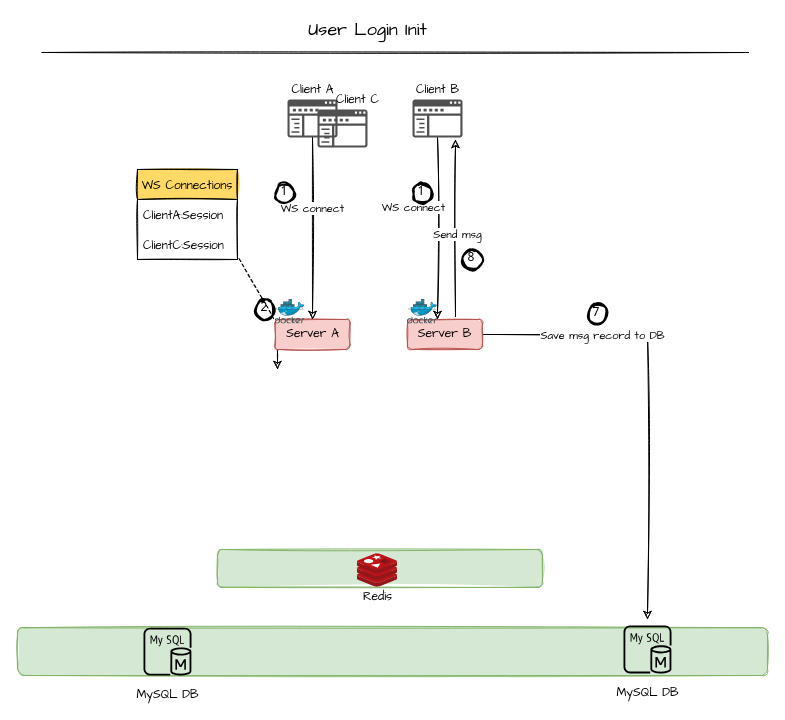
yindongjun/gangzhang.github.io keeps this draw.io diagram as page "Page-6" (7 of 7) of MSP.drawio. Above is the earlier version. Source tidied: cells renumbered, new cells numbered last; positions are measured from the earlier drawing's top-left corner, leaving out a move shared by most shapes. Both pictures are drawn from the tidied source at 100%, with x=0, y=0 at pixel (17, 19).
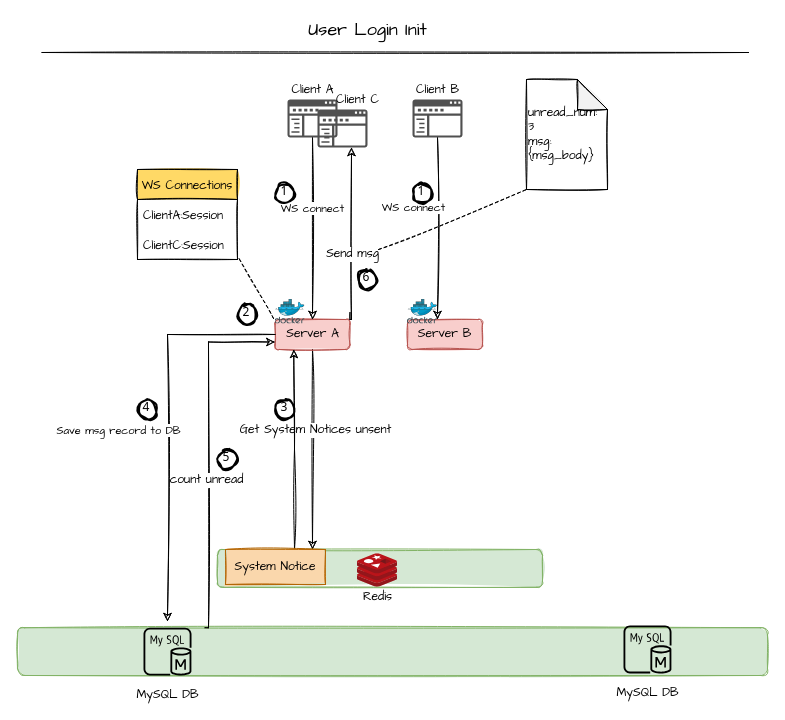
The same page after the edit.

Unchanged cells that the change refers to:
```xml
<mxCell id="2" style="rounded=1;whiteSpace=wrap;html=1;sketch=1;fontFamily=Comic Sans MS;fillColor=#d5e8d4;strokeColor=#82b366;fillStyle=solid;" parent="1" vertex="1">
  <mxGeometry y="608.2" width="750" height="47.8" as="geometry" />
</mxCell>
<mxCell id="5" value="Server A" style="rounded=1;whiteSpace=wrap;html=1;sketch=1;fontFamily=Comic Sans MS;fillColor=#f8cecc;strokeColor=#b85450;fillStyle=solid;" parent="1" vertex="1">
  <mxGeometry x="257.5" y="300" width="75" height="30" as="geometry" />
</mxCell>
<mxCell id="11" style="sketch=0;shadow=0;dashed=0;html=1;strokeColor=none;labelPosition=center;verticalLabelPosition=bottom;verticalAlign=top;align=center;fillColor=#505050;shape=mxgraph.mscae.intune.company_portal;" parent="1" vertex="1">
  <mxGeometry x="395" y="80" width="50" height="38" as="geometry" />
</mxCell>
<mxCell id="19" value="Server B" style="rounded=1;whiteSpace=wrap;html=1;sketch=1;fontFamily=Comic Sans MS;fillColor=#f8cecc;strokeColor=#b85450;fillStyle=solid;" parent="1" vertex="1">
  <mxGeometry x="390" y="300" width="75" height="30" as="geometry" />
</mxCell>
<mxCell id="33" value="MySQL DB" style="sketch=0;outlineConnect=0;fillColor=none;dashed=0;verticalLabelPosition=bottom;verticalAlign=top;align=center;html=1;fontSize=12;fontStyle=0;shape=mxgraph.aws4.resourceIcon;resIcon=mxgraph.aws4.mysql_db_instance;fillStyle=solid;fontFamily=Comic Sans MS;" parent="1" vertex="1">
  <mxGeometry x="600" y="600" width="60" height="60" as="geometry" />
</mxCell>
<mxCell id="35" value="MySQL DB" style="sketch=0;outlineConnect=0;fillColor=none;dashed=0;verticalLabelPosition=bottom;verticalAlign=top;align=center;html=1;fontSize=12;fontStyle=0;shape=mxgraph.aws4.resourceIcon;resIcon=mxgraph.aws4.mysql_db_instance;fillStyle=solid;fontFamily=Comic Sans MS;" parent="1" vertex="1">
  <mxGeometry x="120" y="602.1" width="60" height="60" as="geometry" />
</mxCell>
```

Change to the diagram source:
```diff
@@
-    <mxCell id="4" style="edgeStyle=orthogonalEdgeStyle;rounded=0;sketch=1;jettySize=auto;html=1;entryX=0.5;entryY=0;entryDx=0;entryDy=0;fontFamily=Comic Sans MS;" parent="1" edge="1" source="5">
-      <mxGeometry relative="1" as="geometry">
-        <mxPoint x="260" y="350" as="targetPoint" />
-        <Array as="points">
-          <mxPoint x="260" y="340" />
-          <mxPoint x="260" y="340" />
-        </Array>
-      </mxGeometry>
-    </mxCell>
+    <mxCell id="38" style="edgeStyle=orthogonalEdgeStyle;rounded=0;sketch=1;jettySize=auto;html=1;entryX=0.87;entryY=0;entryDx=0;entryDy=0;entryPerimeter=0;fontFamily=Comic Sans MS;fontSize=12;strokeColor=#000000;" parent="1" edge="1" source="5" target="43">
+      <mxGeometry relative="1" as="geometry" />
+    </mxCell>
+    <mxCell id="39" value="Get System Notices unsent" style="edgeLabel;html=1;align=center;verticalAlign=middle;fontSize=12;fontFamily=Comic Sans MS;" parent="38" vertex="1">
+      <mxGeometry x="-0.2" y="2" relative="1" as="geometry" />
+    </mxCell>
@@
-    <mxCell id="15" style="edgeStyle=orthogonalEdgeStyle;rounded=0;sketch=1;jettySize=auto;html=1;fontFamily=Comic Sans MS;entryX=0.86;entryY=1.053;entryDx=0;entryDy=0;entryPerimeter=0;exitX=0.64;exitY=-0.1;exitDx=0;exitDy=0;exitPerimeter=0;" parent="1" edge="1" source="19" target="11">
-      <mxGeometry relative="1" as="geometry" />
+    <mxCell id="15" style="edgeStyle=orthogonalEdgeStyle;rounded=0;sketch=1;orthogonalLoop=1;jettySize=auto;html=1;fontFamily=Comic Sans MS;exitX=0.64;exitY=-0.1;exitDx=0;exitDy=0;exitPerimeter=0;" parent="1" edge="1">
+      <mxGeometry relative="1" as="geometry">
+        <mxPoint x="332.5" y="293" as="sourcePoint" />
+        <mxPoint x="334" y="128" as="targetPoint" />
+        <Array as="points">
+          <mxPoint x="333" y="300" />
+          <mxPoint x="334" y="300" />
+        </Array>
+      </mxGeometry>
     </mxCell>
-    <mxCell id="16" value="Send msg" style="edgeLabel;html=1;align=center;verticalAlign=middle;fontFamily=Comic Sans MS;" parent="15" vertex="1">
-      <mxGeometry x="-0.06" y="-1" relative="1" as="geometry" />
+    <mxCell id="16" value="Send msg" style="edgeLabel;html=1;align=center;verticalAlign=middle;fontSize=12;fontFamily=Comic Sans MS;" parent="15" vertex="1">
+      <mxGeometry x="-0.18" relative="1" as="geometry" />
     </mxCell>
-    <mxCell id="17" style="edgeStyle=orthogonalEdgeStyle;rounded=0;sketch=1;jettySize=auto;html=1;fontFamily=Comic Sans MS;strokeColor=#000000;" parent="1" edge="1" source="19" target="33">
+    <mxCell id="17" style="edgeStyle=orthogonalEdgeStyle;rounded=0;sketch=1;jettySize=auto;html=1;fontFamily=Comic Sans MS;strokeColor=#000000;exitX=0;exitY=0.5;exitDx=0;exitDy=0;" parent="1" edge="1" source="5" target="35">
       <mxGeometry relative="1" as="geometry" />
     </mxCell>
     <mxCell id="18" value="Save msg record to DB" style="edgeLabel;html=1;align=center;verticalAlign=middle;fontFamily=Comic Sans MS;" parent="17" vertex="1">
       <mxGeometry x="-0.49" y="-1" relative="1" as="geometry">
-        <mxPoint x="4" y="-1" as="offset" />
+        <mxPoint x="-56" y="96" as="offset" />
       </mxGeometry>
     </mxCell>
@@
     <mxCell id="31" value="2" style="ellipse;whiteSpace=wrap;html=1;strokeWidth=2;fontFamily=Tahoma;spacingBottom=4;spacingRight=2;sketch=1;fillStyle=solid;fillColor=none;" parent="1" vertex="1">
-      <mxGeometry x="237.5" y="280" width="20" height="20" as="geometry" />
+      <mxGeometry x="220" y="284.6" width="20" height="20" as="geometry" />
     </mxCell>
-    <mxCell id="32" value="7" style="ellipse;whiteSpace=wrap;html=1;strokeWidth=2;fontFamily=Tahoma;spacingBottom=4;spacingRight=2;sketch=1;fillStyle=solid;fillColor=none;" parent="1" vertex="1">
-      <mxGeometry x="570" y="284.6" width="20" height="20" as="geometry" />
-    </mxCell>
@@
-    <mxCell id="34" value="8" style="ellipse;whiteSpace=wrap;html=1;strokeWidth=2;fontFamily=Tahoma;spacingBottom=4;spacingRight=2;sketch=1;fillStyle=solid;fillColor=none;" parent="1" vertex="1">
-      <mxGeometry x="445" y="230" width="20" height="20" as="geometry" />
-    </mxCell>
+    <mxCell id="40" style="edgeStyle=orthogonalEdgeStyle;rounded=0;sketch=1;jettySize=auto;html=1;entryX=0;entryY=0.75;entryDx=0;entryDy=0;fontFamily=Comic Sans MS;fontSize=12;strokeColor=#000000;exitX=0.25;exitY=0;exitDx=0;exitDy=0;" parent="1" edge="1" source="2" target="5">
+      <mxGeometry relative="1" as="geometry">
+        <Array as="points">
+          <mxPoint x="191" y="608" />
+          <mxPoint x="191" y="323" />
+        </Array>
+      </mxGeometry>
+    </mxCell>
+    <mxCell id="41" value="count unread" style="edgeLabel;html=1;align=center;verticalAlign=middle;fontSize=12;fontFamily=Comic Sans MS;" parent="40" vertex="1">
+      <mxGeometry x="-0.15" y="3" relative="1" as="geometry" />
+    </mxCell>
@@
+    <mxCell id="42" style="edgeStyle=orthogonalEdgeStyle;rounded=0;sketch=1;jettySize=auto;html=1;entryX=0.25;entryY=1;entryDx=0;entryDy=0;fontFamily=Comic Sans MS;fontSize=12;strokeColor=#000000;exitX=0.69;exitY=-0.014;exitDx=0;exitDy=0;exitPerimeter=0;" parent="1" edge="1" source="43" target="5">
+      <mxGeometry relative="1" as="geometry" />
+    </mxCell>
@@
+    <mxCell id="43" value="System Notice" style="rounded=0;whiteSpace=wrap;html=1;sketch=1;fillStyle=solid;fontFamily=Comic Sans MS;fontSize=12;fillColor=#fad7ac;strokeColor=#b46504;" parent="1" vertex="1">
+      <mxGeometry x="208" y="530" width="100" height="35" as="geometry" />
+    </mxCell>
+    <mxCell id="44" value="unread_num: 3&lt;br&gt;msg:{msg_body}" style="shape=note;whiteSpace=wrap;html=1;backgroundOutline=1;darkOpacity=0.05;sketch=1;fillStyle=solid;fontFamily=Comic Sans MS;fontSize=12;fillColor=none;align=left;" parent="1" vertex="1">
+      <mxGeometry x="509" y="60" width="81" height="110" as="geometry" />
+    </mxCell>
+    <mxCell id="45" style="endArrow=none;dashed=1;html=1;rounded=0;sketch=1;fontFamily=Comic Sans MS;entryX=0;entryY=1;entryDx=0;entryDy=0;entryPerimeter=0;" parent="1" edge="1" target="44">
+      <mxGeometry relative="1" as="geometry">
+        <mxPoint x="361" y="230" as="sourcePoint" />
+      </mxGeometry>
+    </mxCell>
+    <mxCell id="46" value="3" style="ellipse;whiteSpace=wrap;html=1;strokeWidth=2;fontFamily=Tahoma;spacingBottom=4;spacingRight=2;sketch=1;fillStyle=solid;fontSize=12;fillColor=none;" parent="1" vertex="1">
+      <mxGeometry x="257.5" y="380" width="20" height="20" as="geometry" />
+    </mxCell>
+    <mxCell id="47" value="4" style="ellipse;whiteSpace=wrap;html=1;strokeWidth=2;fontFamily=Tahoma;spacingBottom=4;spacingRight=2;sketch=1;fillStyle=solid;fontSize=12;fillColor=none;" parent="1" vertex="1">
+      <mxGeometry x="120" y="380" width="20" height="20" as="geometry" />
+    </mxCell>
+    <mxCell id="48" value="5" style="ellipse;whiteSpace=wrap;html=1;strokeWidth=2;fontFamily=Tahoma;spacingBottom=4;spacingRight=2;sketch=1;fillStyle=solid;fontSize=12;fillColor=none;" parent="1" vertex="1">
+      <mxGeometry x="200" y="430" width="20" height="20" as="geometry" />
+    </mxCell>
+    <mxCell id="49" value="6" style="ellipse;whiteSpace=wrap;html=1;strokeWidth=2;fontFamily=Tahoma;spacingBottom=4;spacingRight=2;sketch=1;fillStyle=solid;fontSize=12;fillColor=none;" parent="1" vertex="1">
+      <mxGeometry x="340" y="250" width="20" height="20" as="geometry" />
+    </mxCell>
```
